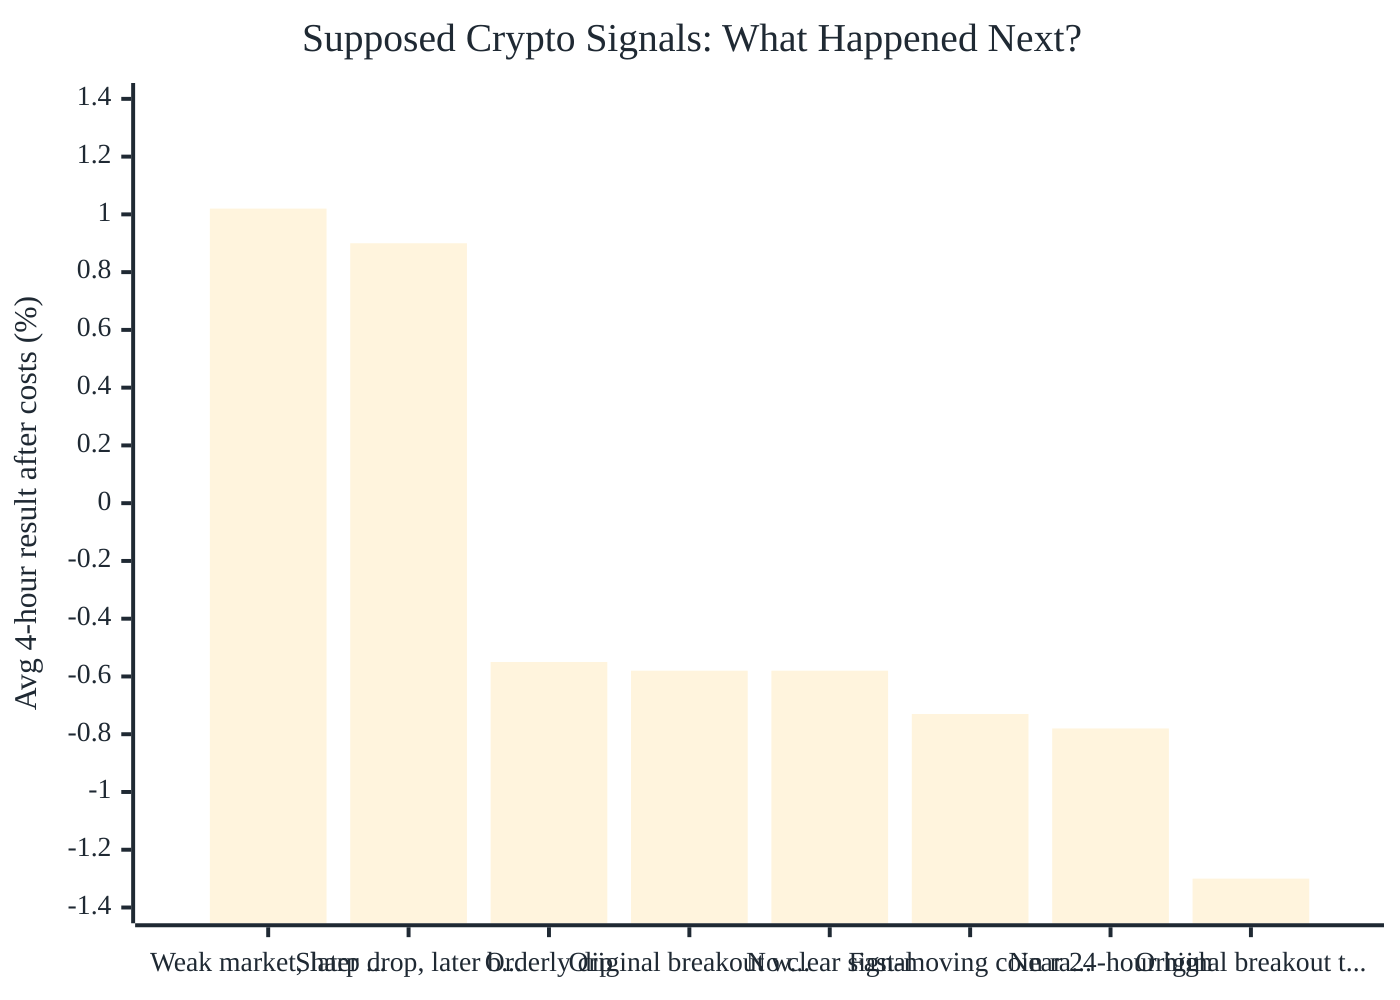
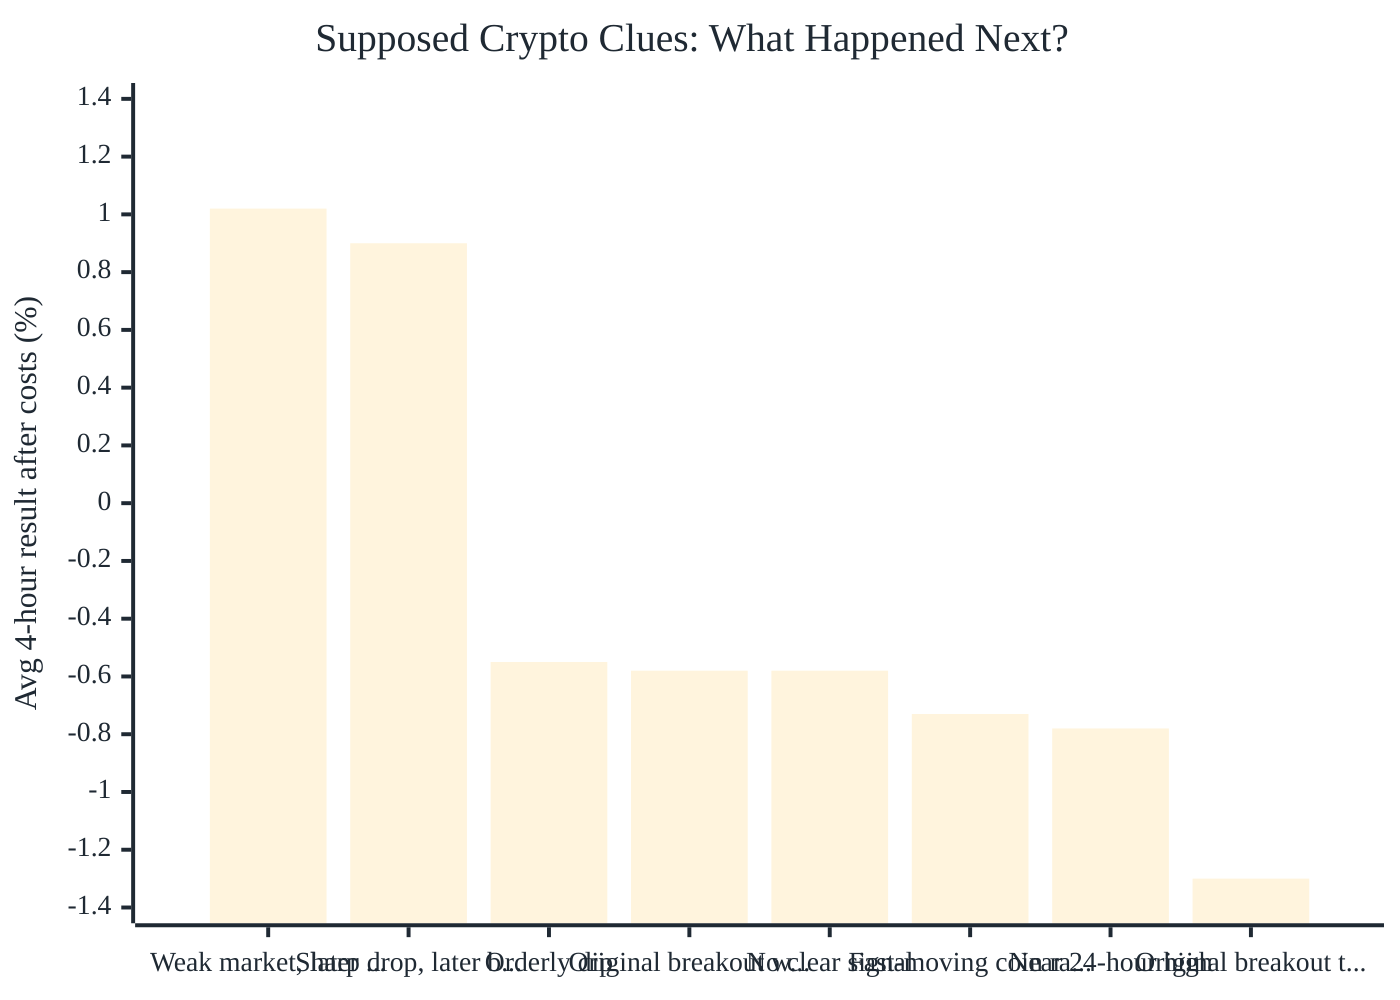
%% Source Ledger hero chart
%% Generated: 2026-06-29T12:19:44.593Z
%% Data: hero_signal_scorecard.csv
%% Metric: average next-4-hour return after subtracting 0.25 percentage points of estimated trading cost.
%% Dollar labels in the companion SVG/PNG use a hypothetical $10,000 signal size.
%% Rows are crypto information patterns or test rules, not companies.
%% This is research evidence, not investment advice.
%%{init: {"theme":"base","themeVariables":{"background":"transparent","primaryColor":"#146c94","primaryTextColor":"#1f2933","primaryBorderColor":"#146c94","lineColor":"#94a3b8","fontFamily":"Inter, ui-sans-serif, system-ui, -apple-system, BlinkMacSystemFont, Helvetica, Arial, sans-serif"}}}%%
xychart-beta
-   title "Supposed Crypto Signals: What Happened Next?"
+   title "Supposed Crypto Clues: What Happened Next?"
  x-axis ["Weak market, later ...", "Sharp drop, later b...", "Orderly dip", "Original breakout w...", "No clear signal", "Fast-moving coin ra...", "Near 24-hour high", "Original breakout t..."]
  y-axis "Avg 4-hour result after costs (%)" -1.4 --> 1.4
  bar [1.02, 0.90, -0.55, -0.58, -0.58, -0.73, -0.78, -1.30]
